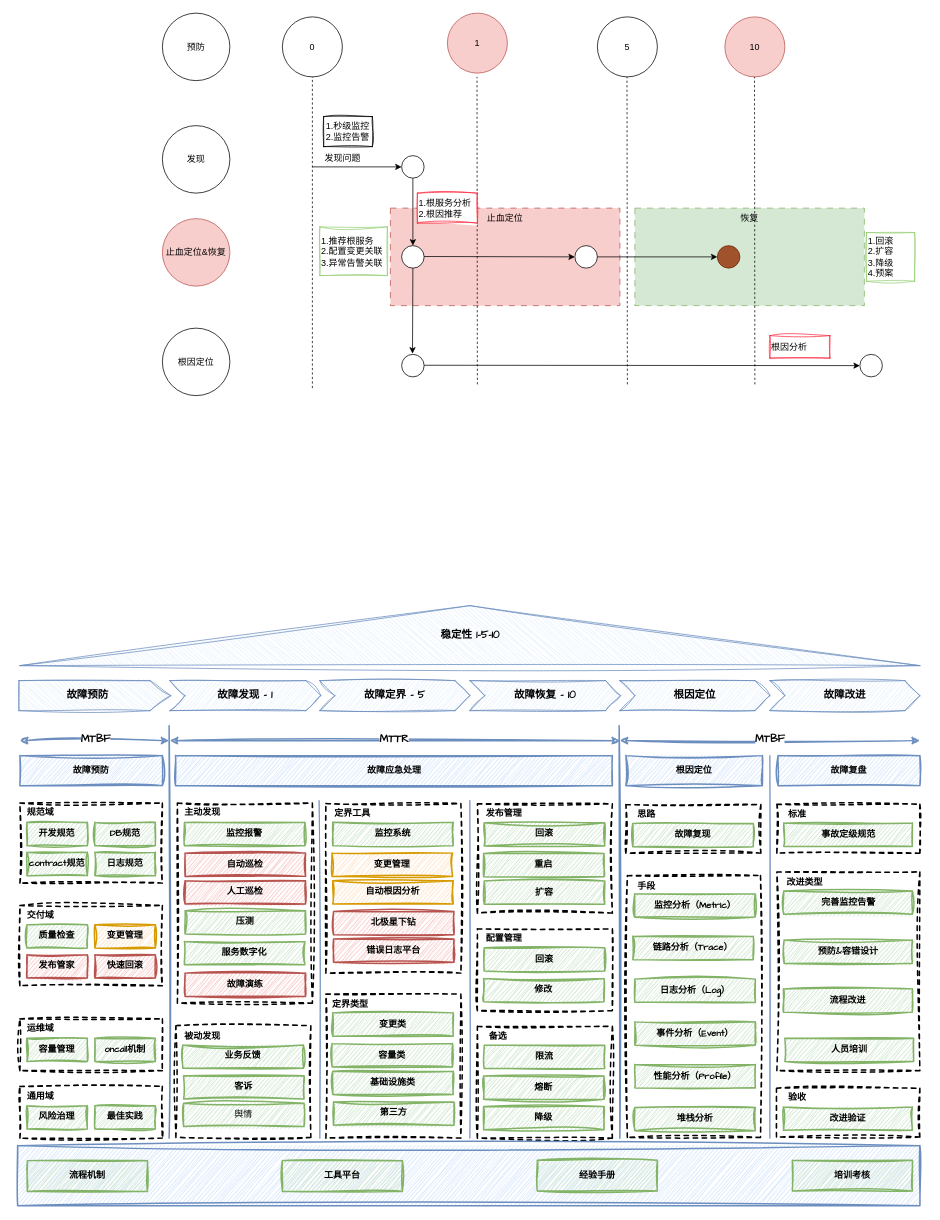
Earlier version of the draw.io diagram page "1-5-10" (1 of 5) of tech/arch/稳定性.drawio (zhuanzhuan-tech/arch-draw-io). Source tidied: cells renumbered, new cells numbered last; positions are measured from the earlier drawing's top-left corner, leaving out a move shared by most shapes. Both pictures are drawn from the tidied source at 75%, with x=0, y=0 at pixel (17, 13).
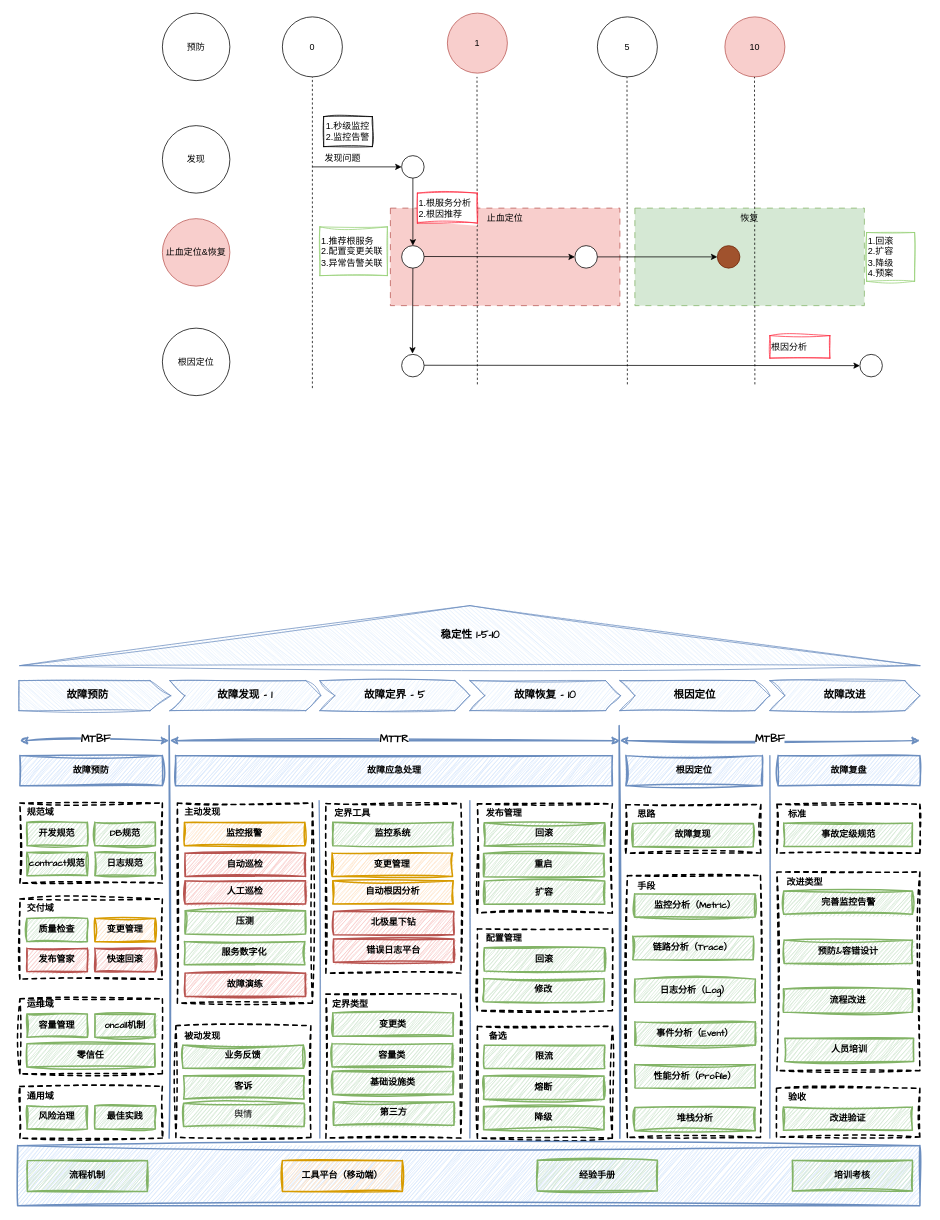
The same diagram, later.

Commit message (it also covers changes not shown here):
更新稳定性.drawio

Change to the diagram source:
```diff
@@
     <mxCell id="2" style="rounded=0;whiteSpace=wrap;html=1;sketch=1;hachureGap=4;jiggle=2;curveFitting=1;fontFamily=Architects Daughter;strokeWidth=2;dashed=1;fillColor=none;" parent="1" vertex="1">
-      <mxGeometry x="3" y="1189.9" width="190" height="106.8" as="geometry" />
+      <mxGeometry x="3" y="1181.2" width="190" height="106.8" as="geometry" />
     </mxCell>
@@
     <mxCell id="62" value="&lt;b&gt;质量检查&lt;/b&gt;" style="rounded=0;whiteSpace=wrap;html=1;sketch=1;hachureGap=4;jiggle=2;curveFitting=1;fontFamily=Architects Daughter;fillColor=#d5e8d4;strokeWidth=2;strokeColor=#82b366;" parent="1" vertex="1">
-      <mxGeometry x="12.4" y="1215.6" width="80.6" height="31" as="geometry" />
+      <mxGeometry x="12.4" y="1207" width="80.6" height="31" as="geometry" />
     </mxCell>
     <mxCell id="63" value="&lt;b&gt;变更管理&lt;/b&gt;" style="rounded=0;whiteSpace=wrap;html=1;sketch=1;hachureGap=4;jiggle=2;curveFitting=1;fontFamily=Architects Daughter;fillColor=#ffe6cc;strokeWidth=2;strokeColor=#d79b00;" parent="1" vertex="1">
-      <mxGeometry x="103" y="1215.6" width="80.6" height="31" as="geometry" />
+      <mxGeometry x="103" y="1207" width="80.6" height="31" as="geometry" />
     </mxCell>
     <mxCell id="64" value="&lt;b&gt;发布管家&lt;/b&gt;" style="rounded=0;whiteSpace=wrap;html=1;sketch=1;hachureGap=4;jiggle=2;curveFitting=1;fontFamily=Architects Daughter;fillColor=#f8cecc;strokeWidth=2;strokeColor=#b85450;" parent="1" vertex="1">
-      <mxGeometry x="12.4" y="1255.6" width="80.6" height="31" as="geometry" />
+      <mxGeometry x="12.4" y="1247" width="80.6" height="31" as="geometry" />
     </mxCell>
     <mxCell id="65" value="&lt;b&gt;快速回滚&lt;/b&gt;" style="rounded=0;whiteSpace=wrap;html=1;sketch=1;hachureGap=4;jiggle=2;curveFitting=1;fontFamily=Architects Daughter;fillColor=#f8cecc;strokeWidth=2;strokeColor=#b85450;" parent="1" vertex="1">
-      <mxGeometry x="103" y="1255.6" width="80.6" height="31" as="geometry" />
+      <mxGeometry x="103" y="1247" width="80.6" height="31" as="geometry" />
     </mxCell>
     <mxCell id="66" value="&lt;b&gt;交付域&lt;/b&gt;" style="text;html=1;align=center;verticalAlign=middle;strokeColor=none;fillColor=none;fontFamily=Architects Daughter;" parent="1" vertex="1">
-      <mxGeometry y="1188.9" width="60" height="30" as="geometry" />
+      <mxGeometry y="1180.2" width="60" height="30" as="geometry" />
     </mxCell>
     <mxCell id="67" style="rounded=0;whiteSpace=wrap;html=1;sketch=1;hachureGap=4;jiggle=2;curveFitting=1;fontFamily=Architects Daughter;strokeWidth=2;dashed=1;fillColor=none;" parent="1" vertex="1">
-      <mxGeometry x="3" y="1341" width="190" height="69" as="geometry" />
+      <mxGeometry x="3" y="1314.2" width="190" height="100" as="geometry" />
     </mxCell>
     <mxCell id="68" value="&lt;b&gt;容量管理&lt;/b&gt;" style="rounded=0;whiteSpace=wrap;html=1;sketch=1;hachureGap=4;jiggle=2;curveFitting=1;fontFamily=Architects Daughter;fillColor=#d5e8d4;strokeWidth=2;strokeColor=#82b366;" parent="1" vertex="1">
-      <mxGeometry x="12.4" y="1366.8" width="80.6" height="31" as="geometry" />
+      <mxGeometry x="12.4" y="1334.5" width="80.6" height="31" as="geometry" />
     </mxCell>
     <mxCell id="69" value="&lt;b&gt;oncall机制&lt;/b&gt;" style="rounded=0;whiteSpace=wrap;html=1;sketch=1;hachureGap=4;jiggle=2;curveFitting=1;fontFamily=Architects Daughter;fillColor=#d5e8d4;strokeWidth=2;strokeColor=#82b366;" parent="1" vertex="1">
-      <mxGeometry x="103" y="1366.8" width="80.6" height="31" as="geometry" />
+      <mxGeometry x="103" y="1334.5" width="80.6" height="31" as="geometry" />
     </mxCell>
     <mxCell id="70" value="&lt;b&gt;运维域&lt;/b&gt;" style="text;html=1;align=center;verticalAlign=middle;strokeColor=none;fillColor=none;fontFamily=Architects Daughter;" parent="1" vertex="1">
-      <mxGeometry y="1340" width="60" height="30" as="geometry" />
+      <mxGeometry y="1307.8" width="60" height="30" as="geometry" />
     </mxCell>
@@
-    <mxCell id="76" value="&lt;b&gt;监控报警&lt;/b&gt;" style="rounded=0;whiteSpace=wrap;html=1;sketch=1;hachureGap=4;jiggle=2;curveFitting=1;fontFamily=Architects Daughter;fillColor=#d5e8d4;strokeWidth=2;strokeColor=#82b366;" parent="1" vertex="1">
+    <mxCell id="76" value="&lt;b&gt;监控报警&lt;/b&gt;" style="rounded=0;whiteSpace=wrap;html=1;sketch=1;hachureGap=4;jiggle=2;curveFitting=1;fontFamily=Architects Daughter;fillColor=#ffe6cc;strokeWidth=2;strokeColor=#d79b00;" parent="1" vertex="1">
       <mxGeometry x="222.4" y="1079" width="160.6" height="31" as="geometry" />
     </mxCell>
@@
-    <mxCell id="143" value="&lt;b&gt;工具平台&lt;/b&gt;" style="rounded=0;whiteSpace=wrap;html=1;sketch=1;hachureGap=4;jiggle=2;curveFitting=1;fontFamily=Architects Daughter;fillColor=#d5e8d4;strokeWidth=2;strokeColor=#82b366;" parent="1" vertex="1">
+    <mxCell id="143" value="&lt;b&gt;工具平台（移动端）&lt;/b&gt;" style="rounded=0;whiteSpace=wrap;html=1;sketch=1;hachureGap=4;jiggle=2;curveFitting=1;fontFamily=Architects Daughter;fillColor=#ffe6cc;strokeWidth=2;strokeColor=#d79b00;" parent="1" vertex="1">
       <mxGeometry x="353" y="1530" width="160" height="41" as="geometry" />
     </mxCell>
@@
+    <mxCell id="146" value="&lt;b&gt;零信任&lt;/b&gt;" style="rounded=0;whiteSpace=wrap;html=1;sketch=1;hachureGap=4;jiggle=2;curveFitting=1;fontFamily=Architects Daughter;fillColor=#d5e8d4;strokeWidth=2;strokeColor=#82b366;" parent="1" vertex="1">
+      <mxGeometry x="12.4" y="1374.2" width="170.6" height="31" as="geometry" />
+    </mxCell>
```
